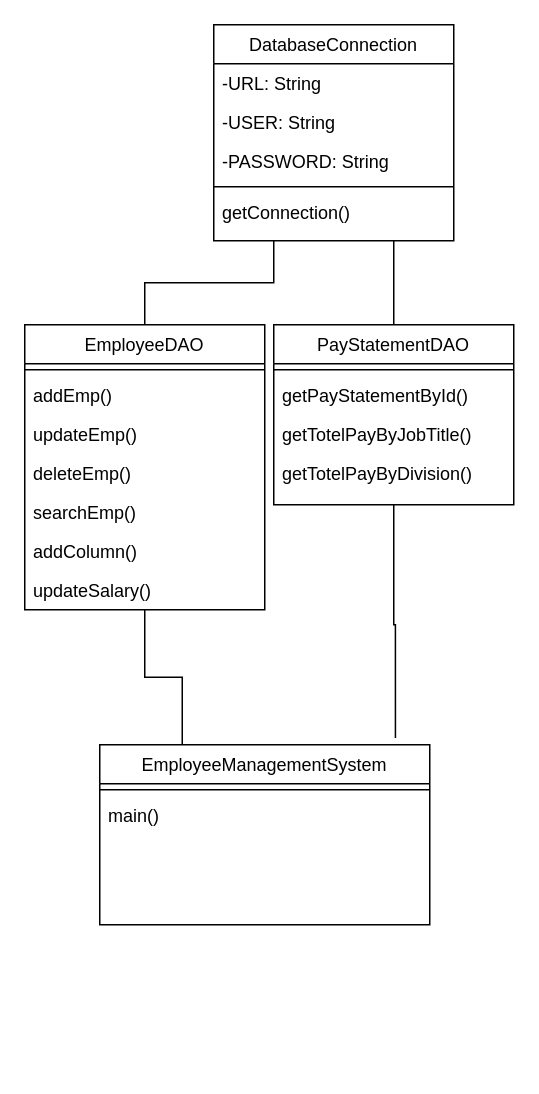
Earlier version of the draw.io diagram Diagram/classDiagram2.drawio (linnypham/CSC3350_project). Source tidied: cells renumbered, new cells numbered last; positions are measured from the earlier drawing's top-left corner, leaving out a move shared by most shapes. Both pictures are drawn from the tidied source at 150%, with x=0, y=0 at pixel (24, 24).
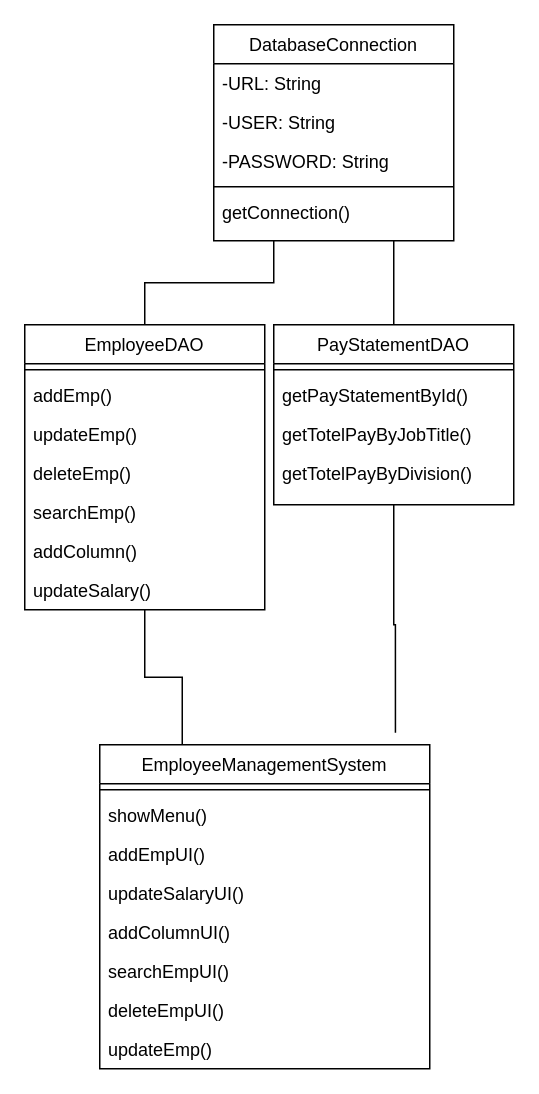
After the change.

Diff of the diagram source:
```diff
@@
     <mxCell id="19" value="EmployeeManagementSystem" style="swimlane;fontStyle=0;align=center;verticalAlign=top;horizontal=1;startSize=26;rounded=0;shadow=0;strokeWidth=1;" parent="1" vertex="1">
-      <mxGeometry x="50" y="480" width="220" height="120" as="geometry" />
+      <mxGeometry x="50" y="480" width="220" height="216" as="geometry" />
     </mxCell>
@@
-    <mxCell id="21" value="main()" style="text;align=left;verticalAlign=top;spacingLeft=4;spacingRight=4;overflow=hidden;" parent="19" vertex="1">
+    <mxCell id="21" value="showMenu()" style="text;align=left;verticalAlign=top;spacingLeft=4;spacingRight=4;overflow=hidden;" parent="19" vertex="1">
       <mxGeometry y="34" width="220" height="26" as="geometry" />
     </mxCell>
+    <mxCell id="28" value="addEmpUI()" style="text;align=left;verticalAlign=top;spacingLeft=4;spacingRight=4;overflow=hidden;" parent="19" vertex="1">
+      <mxGeometry y="60" width="220" height="26" as="geometry" />
+    </mxCell>
+    <mxCell id="29" value="updateSalaryUI()" style="text;align=left;verticalAlign=top;spacingLeft=4;spacingRight=4;overflow=hidden;" parent="19" vertex="1">
+      <mxGeometry y="86" width="220" height="26" as="geometry" />
+    </mxCell>
+    <mxCell id="30" value="addColumnUI()" style="text;align=left;verticalAlign=top;spacingLeft=4;spacingRight=4;overflow=hidden;" parent="19" vertex="1">
+      <mxGeometry y="112" width="220" height="26" as="geometry" />
+    </mxCell>
+    <mxCell id="31" value="searchEmpUI()" style="text;align=left;verticalAlign=top;spacingLeft=4;spacingRight=4;overflow=hidden;" parent="19" vertex="1">
+      <mxGeometry y="138" width="220" height="26" as="geometry" />
+    </mxCell>
+    <mxCell id="32" value="deleteEmpUI()" style="text;align=left;verticalAlign=top;spacingLeft=4;spacingRight=4;overflow=hidden;" parent="19" vertex="1">
+      <mxGeometry y="164" width="220" height="26" as="geometry" />
+    </mxCell>
+    <mxCell id="33" value="updateEmp()" style="text;align=left;verticalAlign=top;spacingLeft=4;spacingRight=4;overflow=hidden;" parent="19" vertex="1">
+      <mxGeometry y="190" width="220" height="26" as="geometry" />
+    </mxCell>
```
